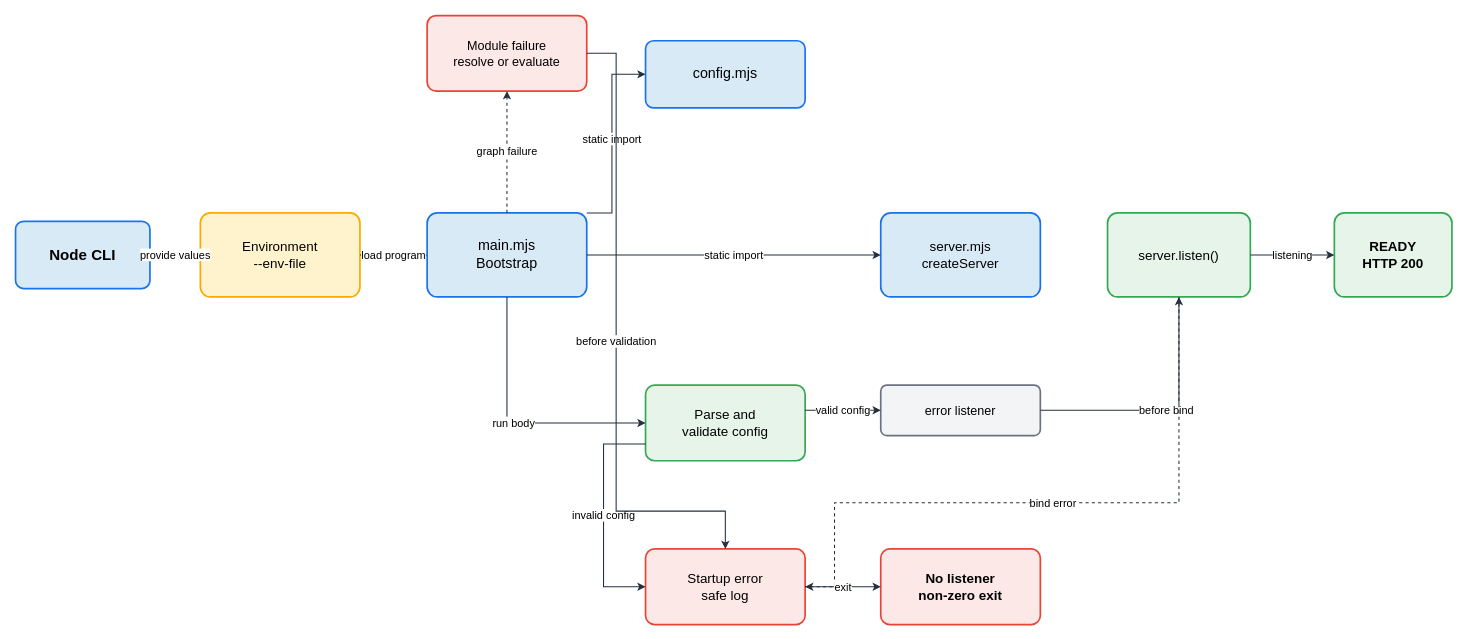
This is assets/img/nodejs/node-esm-startup-config-flow.drawio from KKamJi98/kkamji98.github.io, a draw.io file, before an edit. Source tidied: cells renumbered, new cells numbered last; positions are measured from the earlier drawing's top-left corner, leaving out a move shared by most shapes. Both pictures are drawn from the tidied source at 84%, with x=0, y=0 at pixel (15, 15).
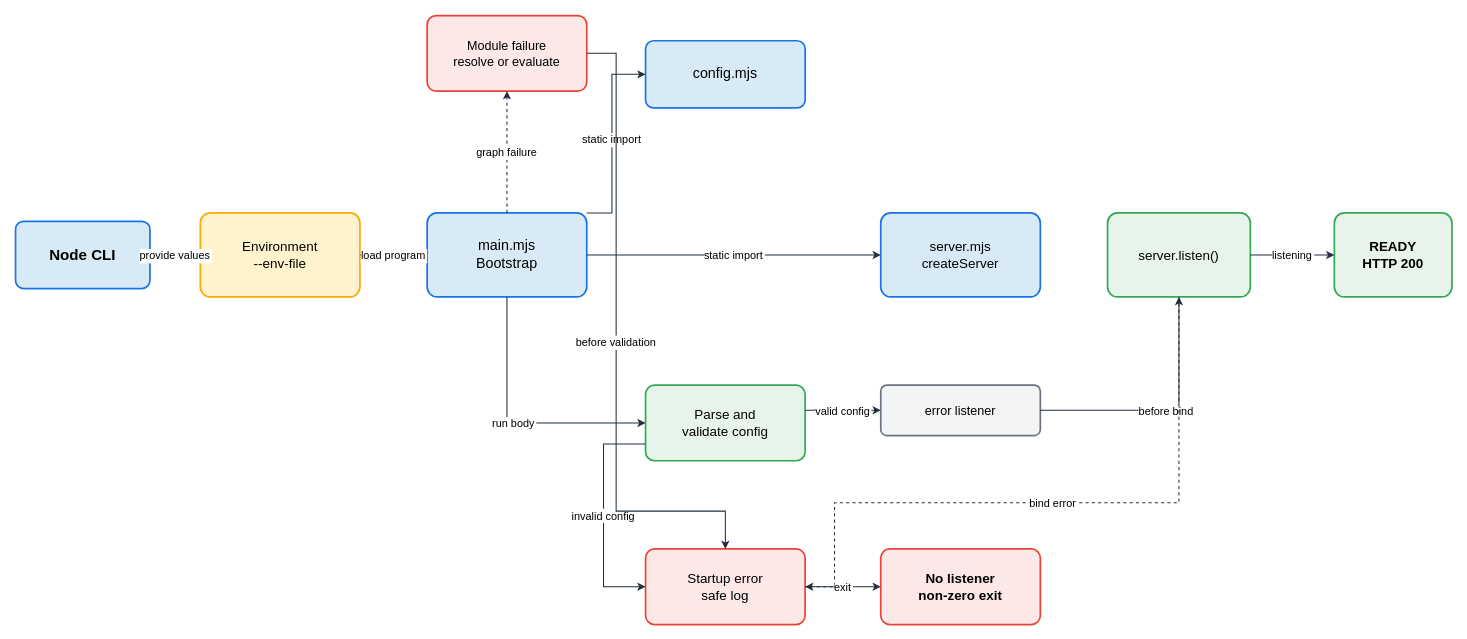
The same diagram, later.

Unchanged cells that the change refers to:
```xml
<mxCell id="2" value="Node CLI" style="rounded=1;arcSize=12;whiteSpace=wrap;html=1;fillColor=#D9EAF7;strokeColor=#1A73E8;strokeWidth=2;fontColor=#000000;fontSize=18;fontStyle=1;align=center;verticalAlign=middle;shadow=0;" parent="1" vertex="1">
  <mxGeometry y="245" width="160" height="80" as="geometry" />
</mxCell>
<mxCell id="3" value="Environment&lt;br&gt;--env-file" style="rounded=1;arcSize=12;whiteSpace=wrap;html=1;fillColor=#FFF3CD;strokeColor=#F9AB00;strokeWidth=2;fontColor=#000000;fontSize=16;align=center;verticalAlign=middle;shadow=0;" parent="1" vertex="1">
  <mxGeometry x="220" y="235" width="190" height="100" as="geometry" />
</mxCell>
<mxCell id="4" value="main.mjs&lt;br&gt;Bootstrap" style="rounded=1;arcSize=12;whiteSpace=wrap;html=1;fillColor=#D9EAF7;strokeColor=#1A73E8;strokeWidth=2;fontColor=#000000;fontSize=17;align=center;verticalAlign=middle;shadow=0;" parent="1" vertex="1">
  <mxGeometry x="490" y="235" width="190" height="100" as="geometry" />
</mxCell>
<mxCell id="5" value="config.mjs" style="rounded=1;arcSize=12;whiteSpace=wrap;html=1;fillColor=#D9EAF7;strokeColor=#1A73E8;strokeWidth=2;fontColor=#000000;fontSize=17;align=center;verticalAlign=middle;shadow=0;" parent="1" vertex="1">
  <mxGeometry x="750" y="30" width="190" height="80" as="geometry" />
</mxCell>
<mxCell id="6" value="server.mjs&lt;br&gt;createServer" style="rounded=1;arcSize=12;whiteSpace=wrap;html=1;fillColor=#D9EAF7;strokeColor=#1A73E8;strokeWidth=2;fontColor=#000000;fontSize=16;align=center;verticalAlign=middle;shadow=0;" parent="1" vertex="1">
  <mxGeometry x="1030" y="235" width="190" height="100" as="geometry" />
</mxCell>
<mxCell id="7" value="Parse and&lt;br&gt;validate config" style="rounded=1;arcSize=12;whiteSpace=wrap;html=1;fillColor=#E6F4EA;strokeColor=#34A853;strokeWidth=2;fontColor=#000000;fontSize=16;align=center;verticalAlign=middle;shadow=0;" parent="1" vertex="1">
  <mxGeometry x="750" y="440" width="190" height="90" as="geometry" />
</mxCell>
<mxCell id="8" value="error listener" style="rounded=1;arcSize=12;whiteSpace=wrap;html=1;fillColor=#F3F4F6;strokeColor=#6B7280;strokeWidth=2;fontColor=#000000;fontSize=15;align=center;verticalAlign=middle;shadow=0;" parent="1" vertex="1">
  <mxGeometry x="1030" y="440" width="190" height="60" as="geometry" />
</mxCell>
<mxCell id="9" value="server.listen()" style="rounded=1;arcSize=12;whiteSpace=wrap;html=1;fillColor=#E6F4EA;strokeColor=#34A853;strokeWidth=2;fontColor=#000000;fontSize=16;align=center;verticalAlign=middle;shadow=0;" parent="1" vertex="1">
  <mxGeometry x="1300" y="235" width="170" height="100" as="geometry" />
</mxCell>
<mxCell id="10" value="READY&lt;br&gt;HTTP 200" style="rounded=1;arcSize=12;whiteSpace=wrap;html=1;fillColor=#E6F4EA;strokeColor=#34A853;strokeWidth=2;fontColor=#000000;fontSize=16;fontStyle=1;align=center;verticalAlign=middle;shadow=0;" parent="1" vertex="1">
  <mxGeometry x="1570" y="235" width="140" height="100" as="geometry" />
</mxCell>
<mxCell id="11" value="Module failure&lt;br&gt;resolve or evaluate" style="rounded=1;arcSize=12;whiteSpace=wrap;html=1;fillColor=#FCE8E6;strokeColor=#EA4335;strokeWidth=2;fontColor=#000000;fontSize=15;align=center;verticalAlign=middle;shadow=0;" parent="1" vertex="1">
  <mxGeometry x="490" width="190" height="90" as="geometry" />
</mxCell>
<mxCell id="12" value="Startup error&lt;br&gt;safe log" style="rounded=1;arcSize=12;whiteSpace=wrap;html=1;fillColor=#FCE8E6;strokeColor=#EA4335;strokeWidth=2;fontColor=#000000;fontSize=16;align=center;verticalAlign=middle;shadow=0;" parent="1" vertex="1">
  <mxGeometry x="750" y="635" width="190" height="90" as="geometry" />
</mxCell>
<mxCell id="13" value="No listener&lt;br&gt;non-zero exit" style="rounded=1;arcSize=12;whiteSpace=wrap;html=1;fillColor=#FCE8E6;strokeColor=#EA4335;strokeWidth=2;fontColor=#000000;fontSize=16;fontStyle=1;align=center;verticalAlign=middle;shadow=0;" parent="1" vertex="1">
  <mxGeometry x="1030" y="635" width="190" height="90" as="geometry" />
</mxCell>
```

Diff of the diagram source:
```diff
@@
-    <mxCell id="14" value="provide values" style="edgeStyle=orthogonalEdgeStyle;rounded=0;html=1;strokeColor=#232F3E;strokeWidth=1.25;fontColor=#000000;fontSize=13;labelBackgroundColor=#FFFFFF;exitX=1;exitY=0.5;entryX=0;entryY=0.5;" parent="1" edge="1" source="2" target="3">
+    <mxCell id="14" value="provide values" style="edgeStyle=orthogonalEdgeStyle;rounded=0;html=0;strokeColor=#232F3E;strokeWidth=1.25;fontColor=#000000;fontSize=13;labelBackgroundColor=#FFFFFF;exitX=1;exitY=0.5;entryX=0;entryY=0.5;" parent="1" edge="1" source="2" target="3">
       <mxGeometry relative="1" as="geometry" />
     </mxCell>
-    <mxCell id="15" value="load program" style="edgeStyle=orthogonalEdgeStyle;rounded=0;html=1;strokeColor=#232F3E;strokeWidth=1.25;fontColor=#000000;fontSize=13;labelBackgroundColor=#FFFFFF;exitX=1;exitY=0.5;entryX=0;entryY=0.5;" parent="1" edge="1" source="3" target="4">
+    <mxCell id="15" value="load program" style="edgeStyle=orthogonalEdgeStyle;rounded=0;html=0;strokeColor=#232F3E;strokeWidth=1.25;fontColor=#000000;fontSize=13;labelBackgroundColor=#FFFFFF;exitX=1;exitY=0.5;entryX=0;entryY=0.5;" parent="1" edge="1" source="3" target="4">
       <mxGeometry relative="1" as="geometry" />
     </mxCell>
-    <mxCell id="16" value="static import" style="edgeStyle=orthogonalEdgeStyle;rounded=0;html=1;strokeColor=#232F3E;strokeWidth=1.25;fontColor=#000000;fontSize=13;labelBackgroundColor=#FFFFFF;exitX=1;exitY=0;entryX=0;entryY=0.5;" parent="1" edge="1" source="4" target="5">
+    <mxCell id="16" value="static import" style="edgeStyle=orthogonalEdgeStyle;rounded=0;html=0;strokeColor=#232F3E;strokeWidth=1.25;fontColor=#000000;fontSize=13;labelBackgroundColor=#FFFFFF;exitX=1;exitY=0;entryX=0;entryY=0.5;" parent="1" edge="1" source="4" target="5">
       <mxGeometry relative="1" as="geometry">
         <Array as="points">
           <mxPoint x="710" y="235" />
           <mxPoint x="710" y="70" />
         </Array>
       </mxGeometry>
     </mxCell>
-    <mxCell id="17" value="static import" style="edgeStyle=orthogonalEdgeStyle;rounded=0;html=1;strokeColor=#232F3E;strokeWidth=1.25;fontColor=#000000;fontSize=13;labelBackgroundColor=#FFFFFF;exitX=1;exitY=0.5;entryX=0;entryY=0.5;" parent="1" edge="1" source="4" target="6">
+    <mxCell id="17" value="static import" style="edgeStyle=orthogonalEdgeStyle;rounded=0;html=0;strokeColor=#232F3E;strokeWidth=1.25;fontColor=#000000;fontSize=13;labelBackgroundColor=#FFFFFF;exitX=1;exitY=0.5;entryX=0;entryY=0.5;" parent="1" edge="1" source="4" target="6">
       <mxGeometry relative="1" as="geometry" />
     </mxCell>
-    <mxCell id="18" value="graph failure" style="edgeStyle=orthogonalEdgeStyle;rounded=0;html=1;dashed=1;strokeColor=#232F3E;strokeWidth=1.25;fontColor=#000000;fontSize=13;labelBackgroundColor=#FFFFFF;exitX=0.5;exitY=0;entryX=0.5;entryY=1;" parent="1" edge="1" source="4" target="11">
+    <mxCell id="18" value="graph failure" style="edgeStyle=orthogonalEdgeStyle;rounded=0;html=0;dashed=1;strokeColor=#232F3E;strokeWidth=1.25;fontColor=#000000;fontSize=13;labelBackgroundColor=#FFFFFF;exitX=0.5;exitY=0;entryX=0.5;entryY=1;" parent="1" edge="1" source="4" target="11">
       <mxGeometry relative="1" as="geometry" />
     </mxCell>
-    <mxCell id="19" value="run body" style="edgeStyle=orthogonalEdgeStyle;rounded=0;html=1;strokeColor=#232F3E;strokeWidth=1.25;fontColor=#000000;fontSize=13;labelBackgroundColor=#FFFFFF;exitX=0.5;exitY=1;entryX=0;entryY=0.5;" parent="1" edge="1" source="4" target="7">
+    <mxCell id="19" value="run body" style="edgeStyle=orthogonalEdgeStyle;rounded=0;html=0;strokeColor=#232F3E;strokeWidth=1.25;fontColor=#000000;fontSize=13;labelBackgroundColor=#FFFFFF;exitX=0.5;exitY=1;entryX=0;entryY=0.5;" parent="1" edge="1" source="4" target="7">
       <mxGeometry relative="1" as="geometry">
         <Array as="points">
           <mxPoint x="585" y="485" />
         </Array>
       </mxGeometry>
     </mxCell>
-    <mxCell id="20" value="valid config" style="edgeStyle=orthogonalEdgeStyle;rounded=0;html=1;strokeColor=#232F3E;strokeWidth=1.25;fontColor=#000000;fontSize=13;labelBackgroundColor=#FFFFFF;exitX=1;exitY=0.3333;entryX=0;entryY=0.5;" parent="1" edge="1" source="7" target="8">
+    <mxCell id="20" value="valid config" style="edgeStyle=orthogonalEdgeStyle;rounded=0;html=0;strokeColor=#232F3E;strokeWidth=1.25;fontColor=#000000;fontSize=13;labelBackgroundColor=#FFFFFF;exitX=1;exitY=0.3333;entryX=0;entryY=0.5;" parent="1" edge="1" source="7" target="8">
       <mxGeometry relative="1" as="geometry" />
     </mxCell>
-    <mxCell id="21" value="before bind" style="edgeStyle=orthogonalEdgeStyle;rounded=0;html=1;strokeColor=#232F3E;strokeWidth=1.25;fontColor=#000000;fontSize=13;labelBackgroundColor=#FFFFFF;exitX=1;exitY=0.5;entryX=0.5;entryY=1;" parent="1" edge="1" source="8" target="9">
+    <mxCell id="21" value="before bind" style="edgeStyle=orthogonalEdgeStyle;rounded=0;html=0;strokeColor=#232F3E;strokeWidth=1.25;fontColor=#000000;fontSize=13;labelBackgroundColor=#FFFFFF;exitX=1;exitY=0.5;entryX=0.5;entryY=1;" parent="1" edge="1" source="8" target="9">
       <mxGeometry relative="1" as="geometry">
         <Array as="points">
           <mxPoint x="1385" y="470" />
         </Array>
       </mxGeometry>
     </mxCell>
-    <mxCell id="22" value="listening" style="edgeStyle=orthogonalEdgeStyle;rounded=0;html=1;strokeColor=#232F3E;strokeWidth=1.25;fontColor=#000000;fontSize=13;labelBackgroundColor=#FFFFFF;exitX=1;exitY=0.5;entryX=0;entryY=0.5;" parent="1" edge="1" source="9" target="10">
+    <mxCell id="22" value="listening" style="edgeStyle=orthogonalEdgeStyle;rounded=0;html=0;strokeColor=#232F3E;strokeWidth=1.25;fontColor=#000000;fontSize=13;labelBackgroundColor=#FFFFFF;exitX=1;exitY=0.5;entryX=0;entryY=0.5;" parent="1" edge="1" source="9" target="10">
       <mxGeometry relative="1" as="geometry" />
     </mxCell>
-    <mxCell id="23" value="invalid config" style="edgeStyle=orthogonalEdgeStyle;rounded=0;html=1;strokeColor=#232F3E;strokeWidth=1.25;fontColor=#000000;fontSize=13;labelBackgroundColor=#FFFFFF;exitX=0;exitY=0.7778;entryX=0;entryY=0.5;" parent="1" edge="1" source="7" target="12">
+    <mxCell id="23" value="invalid config" style="edgeStyle=orthogonalEdgeStyle;rounded=0;html=0;strokeColor=#232F3E;strokeWidth=1.25;fontColor=#000000;fontSize=13;labelBackgroundColor=#FFFFFF;exitX=0;exitY=0.7778;entryX=0;entryY=0.5;" parent="1" edge="1" source="7" target="12">
       <mxGeometry relative="1" as="geometry">
         <Array as="points">
           <mxPoint x="700" y="510" />
           <mxPoint x="700" y="680" />
         </Array>
       </mxGeometry>
     </mxCell>
-    <mxCell id="24" value="before validation" style="edgeStyle=orthogonalEdgeStyle;rounded=0;html=1;strokeColor=#232F3E;strokeWidth=1.25;fontColor=#000000;fontSize=13;labelBackgroundColor=#FFFFFF;exitX=1;exitY=0.5;entryX=0.5;entryY=0;" parent="1" edge="1" source="11" target="12">
+    <mxCell id="24" value="before validation" style="edgeStyle=orthogonalEdgeStyle;rounded=0;html=0;strokeColor=#232F3E;strokeWidth=1.25;fontColor=#000000;fontSize=13;labelBackgroundColor=#FFFFFF;exitX=1;exitY=0.5;entryX=0.5;entryY=0;" parent="1" edge="1" source="11" target="12">
       <mxGeometry relative="1" as="geometry">
         <Array as="points">
           <mxPoint x="715" y="45" />
           <mxPoint x="715" y="590" />
           <mxPoint x="845" y="590" />
         </Array>
       </mxGeometry>
     </mxCell>
-    <mxCell id="25" value="bind error" style="edgeStyle=orthogonalEdgeStyle;rounded=0;html=1;dashed=1;strokeColor=#232F3E;strokeWidth=1.25;fontColor=#000000;fontSize=13;labelBackgroundColor=#FFFFFF;exitX=0.5;exitY=1;entryX=1;entryY=0.5;" parent="1" edge="1" source="9" target="12">
+    <mxCell id="25" value="bind error" style="edgeStyle=orthogonalEdgeStyle;rounded=0;html=0;dashed=1;strokeColor=#232F3E;strokeWidth=1.25;fontColor=#000000;fontSize=13;labelBackgroundColor=#FFFFFF;exitX=0.5;exitY=1;entryX=1;entryY=0.5;" parent="1" edge="1" source="9" target="12">
       <mxGeometry relative="1" as="geometry">
         <Array as="points">
           <mxPoint x="1385" y="580" />
           <mxPoint x="975" y="580" />
           <mxPoint x="975" y="680" />
         </Array>
       </mxGeometry>
     </mxCell>
-    <mxCell id="26" value="exit" style="edgeStyle=orthogonalEdgeStyle;rounded=0;html=1;strokeColor=#232F3E;strokeWidth=1.25;fontColor=#000000;fontSize=13;labelBackgroundColor=#FFFFFF;exitX=1;exitY=0.5;entryX=0;entryY=0.5;" parent="1" edge="1" source="12" target="13">
+    <mxCell id="26" value="exit" style="edgeStyle=orthogonalEdgeStyle;rounded=0;html=0;strokeColor=#232F3E;strokeWidth=1.25;fontColor=#000000;fontSize=13;labelBackgroundColor=#FFFFFF;exitX=1;exitY=0.5;entryX=0;entryY=0.5;" parent="1" edge="1" source="12" target="13">
       <mxGeometry relative="1" as="geometry" />
     </mxCell>
```
